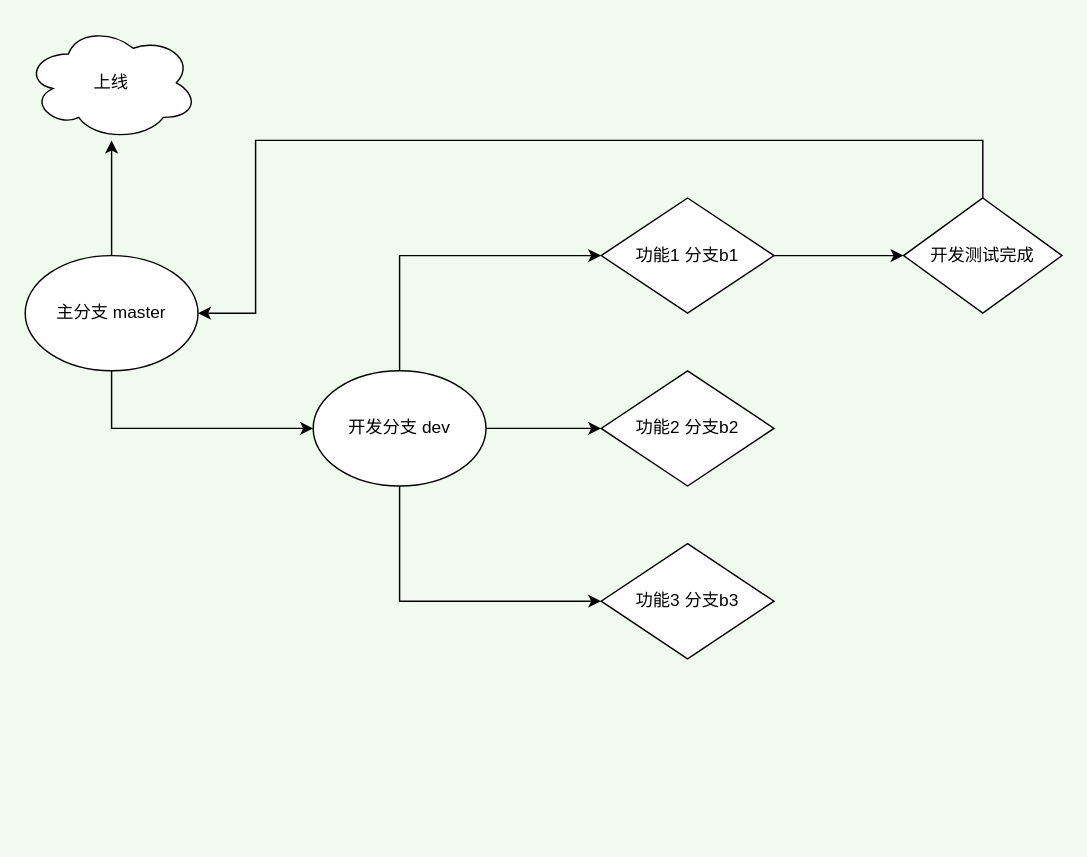
Cy-Draw/Flowchart keeps this draw.io diagram as 开发使用分支说明.drawio. Above is the earlier version. Source tidied: cells renumbered, new cells numbered last; positions are measured from the earlier drawing's top-left corner, leaving out a move shared by most shapes. Both pictures are drawn from the tidied source at 144%, with x=0, y=0 at pixel (24, 24).
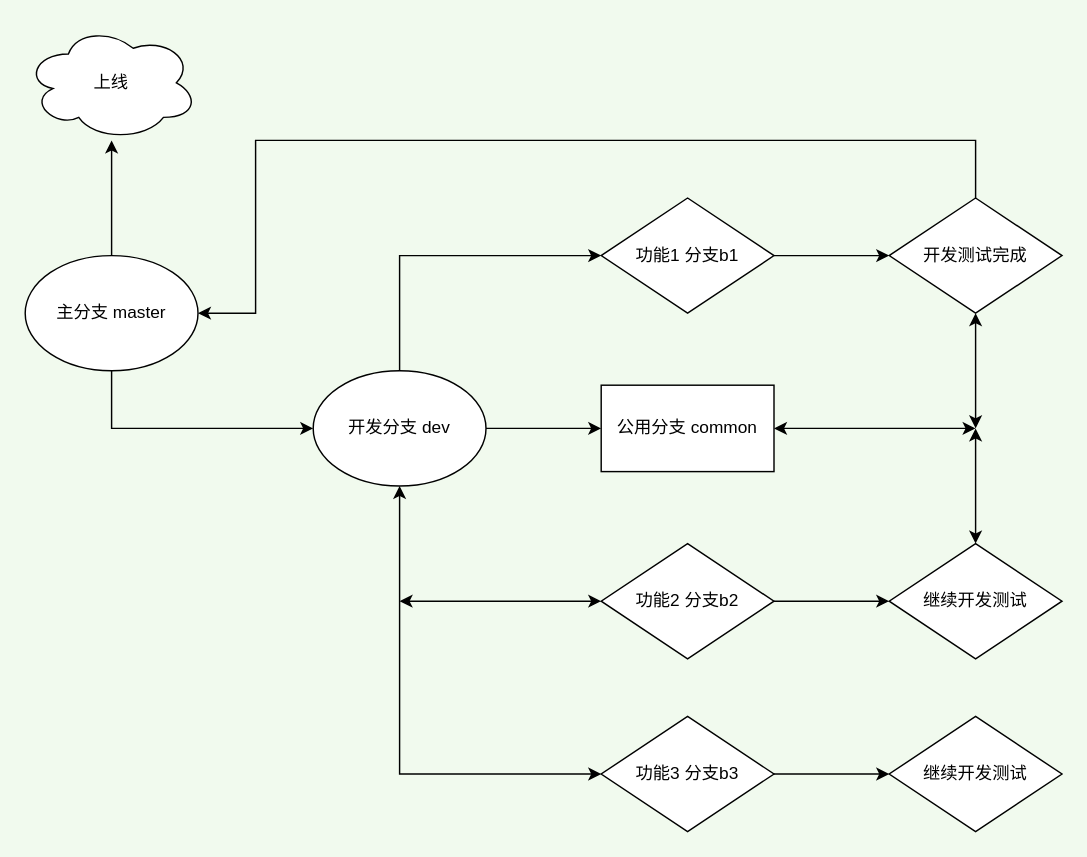
The same diagram, later.

Commit message:
更新开发使用分支说明.drawio

The change refers to these unchanged cells:
```xml
<mxCell id="2" value="主分支 master" style="ellipse;whiteSpace=wrap;html=1;" parent="1" vertex="1">
  <mxGeometry y="160" width="120" height="80" as="geometry" />
</mxCell>
<mxCell id="4" value="开发分支 dev" style="ellipse;whiteSpace=wrap;html=1;" parent="1" vertex="1">
  <mxGeometry x="200" y="240" width="120" height="80" as="geometry" />
</mxCell>
```

Diff of the diagram source:
```diff
@@
-    <mxCell id="3" style="edgeStyle=orthogonalEdgeStyle;rounded=0;jettySize=auto;html=1;" parent="1" edge="1" source="4" target="11">
-      <mxGeometry relative="1" as="geometry" />
-    </mxCell>
+    <mxCell id="16" style="edgeStyle=orthogonalEdgeStyle;rounded=0;jettySize=auto;html=1;" parent="1" edge="1" source="4" target="21">
+      <mxGeometry relative="1" as="geometry" />
+    </mxCell>
@@
     <mxCell id="7" value="功能3 分支b3" style="rhombus;whiteSpace=wrap;html=1;" parent="1" vertex="1">
-      <mxGeometry x="400" y="360" width="120" height="80" as="geometry" />
+      <mxGeometry x="400" y="480" width="120" height="80" as="geometry" />
     </mxCell>
@@
-    <mxCell id="9" style="endArrow=classic;html=1;rounded=0;exitX=0.5;exitY=1;exitDx=0;exitDy=0;entryX=0;entryY=0.5;entryDx=0;entryDy=0;" parent="1" edge="1" source="4" target="7">
-      <mxGeometry relative="1" as="geometry">
-        <Array as="points">
-          <mxPoint x="260" y="400" />
-        </Array>
-      </mxGeometry>
-    </mxCell>
@@
+    <mxCell id="17" style="edgeStyle=orthogonalEdgeStyle;rounded=0;jettySize=auto;html=1;" parent="1" edge="1" source="11" target="20">
+      <mxGeometry relative="1" as="geometry" />
+    </mxCell>
     <mxCell id="11" value="功能2 分支b2" style="rhombus;whiteSpace=wrap;html=1;" parent="1" vertex="1">
-      <mxGeometry x="400" y="240" width="120" height="80" as="geometry" />
+      <mxGeometry x="400" y="360" width="120" height="80" as="geometry" />
     </mxCell>
     <mxCell id="12" value="开发测试完成" style="rhombus;whiteSpace=wrap;html=1;" parent="1" vertex="1">
-      <mxGeometry x="610" y="120" width="110" height="80" as="geometry" />
+      <mxGeometry x="600" y="120" width="120" height="80" as="geometry" />
     </mxCell>
@@
-    <mxCell id="14" style="endArrow=classic;html=1;rounded=0;entryX=1;entryY=0.5;entryDx=0;entryDy=0;exitX=0.5;exitY=0;exitDx=0;exitDy=0;" parent="1" edge="1" source="12" target="2">
+    <mxCell id="14" style="endArrow=classic;html=1;rounded=0;exitX=0.5;exitY=0;exitDx=0;exitDy=0;" parent="1" edge="1" source="12">
       <mxGeometry relative="1" as="geometry">
+        <mxPoint x="120" y="200" as="targetPoint" />
         <Array as="points">
-          <mxPoint x="665" y="80" />
+          <mxPoint x="660" y="80" />
           <mxPoint x="160" y="80" />
           <mxPoint x="160" y="200" />
         </Array>
       </mxGeometry>
     </mxCell>
@@
+    <mxCell id="18" style="endArrow=classic;startArrow=classic;html=1;rounded=0;entryX=0.5;entryY=1;entryDx=0;entryDy=0;" parent="1" edge="1" source="7" target="4">
+      <mxGeometry relative="1" as="geometry">
+        <Array as="points">
+          <mxPoint x="260" y="520" />
+        </Array>
+      </mxGeometry>
+    </mxCell>
+    <mxCell id="19" value="继续开发测试" style="rhombus;whiteSpace=wrap;html=1;" parent="1" vertex="1">
+      <mxGeometry x="600" y="480" width="120" height="80" as="geometry" />
+    </mxCell>
+    <mxCell id="20" value="继续开发测试" style="rhombus;whiteSpace=wrap;html=1;" parent="1" vertex="1">
+      <mxGeometry x="600" y="360" width="120" height="80" as="geometry" />
+    </mxCell>
+    <mxCell id="21" value="公用分支 common" style="whiteSpace=wrap;html=1;" parent="1" vertex="1">
+      <mxGeometry x="400" y="250" width="120" height="60" as="geometry" />
+    </mxCell>
+    <mxCell id="22" style="endArrow=classic;html=1;rounded=0;exitX=1;exitY=0.5;exitDx=0;exitDy=0;entryX=0;entryY=0.5;entryDx=0;entryDy=0;" parent="1" edge="1" source="7" target="19">
+      <mxGeometry relative="1" as="geometry" />
+    </mxCell>
+    <mxCell id="23" style="endArrow=classic;startArrow=classic;html=1;rounded=0;entryX=0;entryY=0.5;entryDx=0;entryDy=0;" parent="1" edge="1" target="11">
+      <mxGeometry relative="1" as="geometry">
+        <mxPoint x="260" y="400" as="sourcePoint" />
+      </mxGeometry>
+    </mxCell>
+    <mxCell id="24" style="endArrow=classic;startArrow=classic;html=1;rounded=0;exitX=1;exitY=0.5;exitDx=0;exitDy=0;" parent="1" edge="1" source="21">
+      <mxGeometry relative="1" as="geometry">
+        <mxPoint x="660" y="280" as="targetPoint" />
+      </mxGeometry>
+    </mxCell>
+    <mxCell id="25" style="endArrow=classic;startArrow=classic;html=1;rounded=0;" parent="1" edge="1" source="20">
+      <mxGeometry relative="1" as="geometry">
+        <mxPoint x="660" y="280" as="targetPoint" />
+      </mxGeometry>
+    </mxCell>
+    <mxCell id="26" style="endArrow=classic;startArrow=classic;html=1;rounded=0;entryX=0.5;entryY=1;entryDx=0;entryDy=0;" parent="1" edge="1" target="12">
+      <mxGeometry relative="1" as="geometry">
+        <mxPoint x="660" y="280" as="sourcePoint" />
+      </mxGeometry>
+    </mxCell>
```
